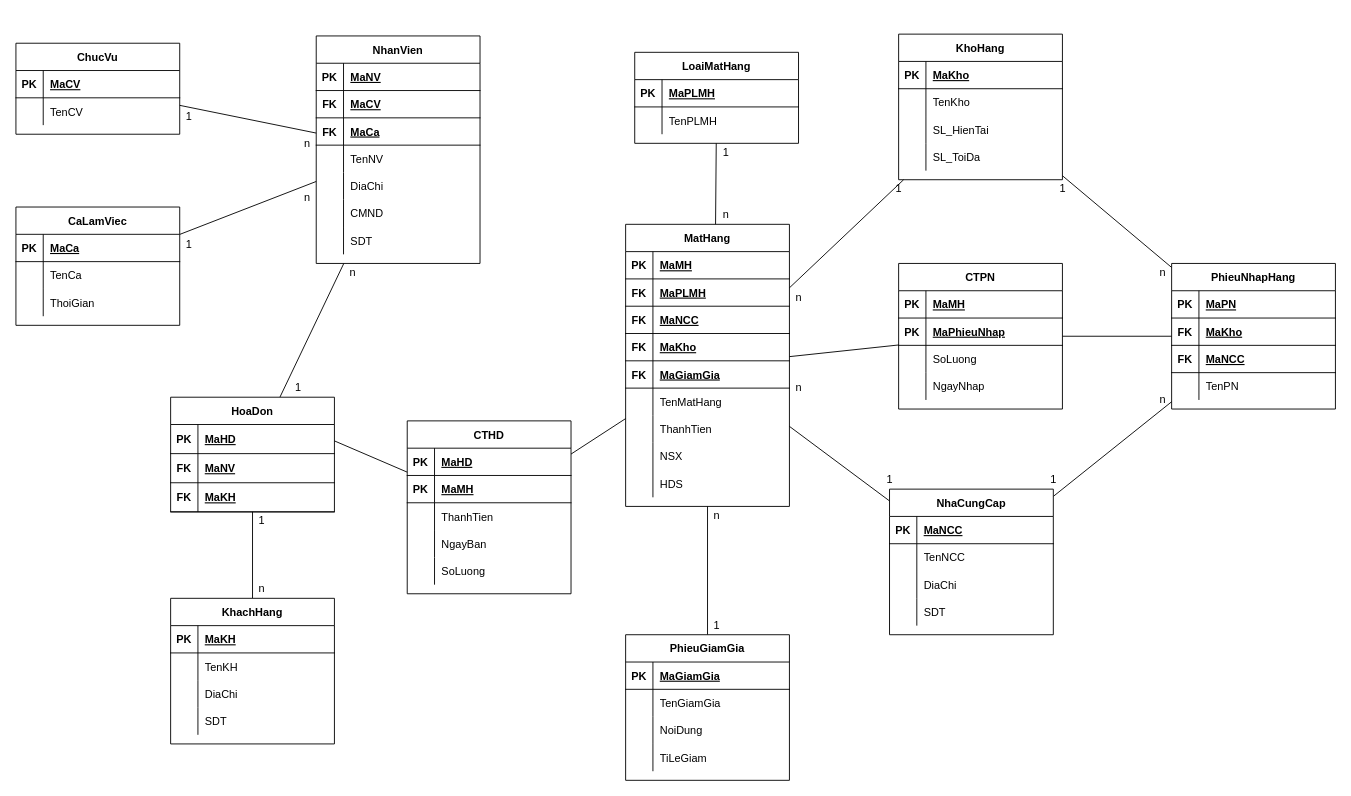
Earlier version of the draw.io diagram docs/ERD_Table.drawio (EdgarIgnite16/Mini-Store-Manager). Source tidied: cells renumbered, new cells numbered last; positions are measured from the earlier drawing's top-left corner, leaving out a move shared by most shapes. Both pictures are drawn from the tidied source at 91%, with x=0, y=0 at pixel (15, 15).
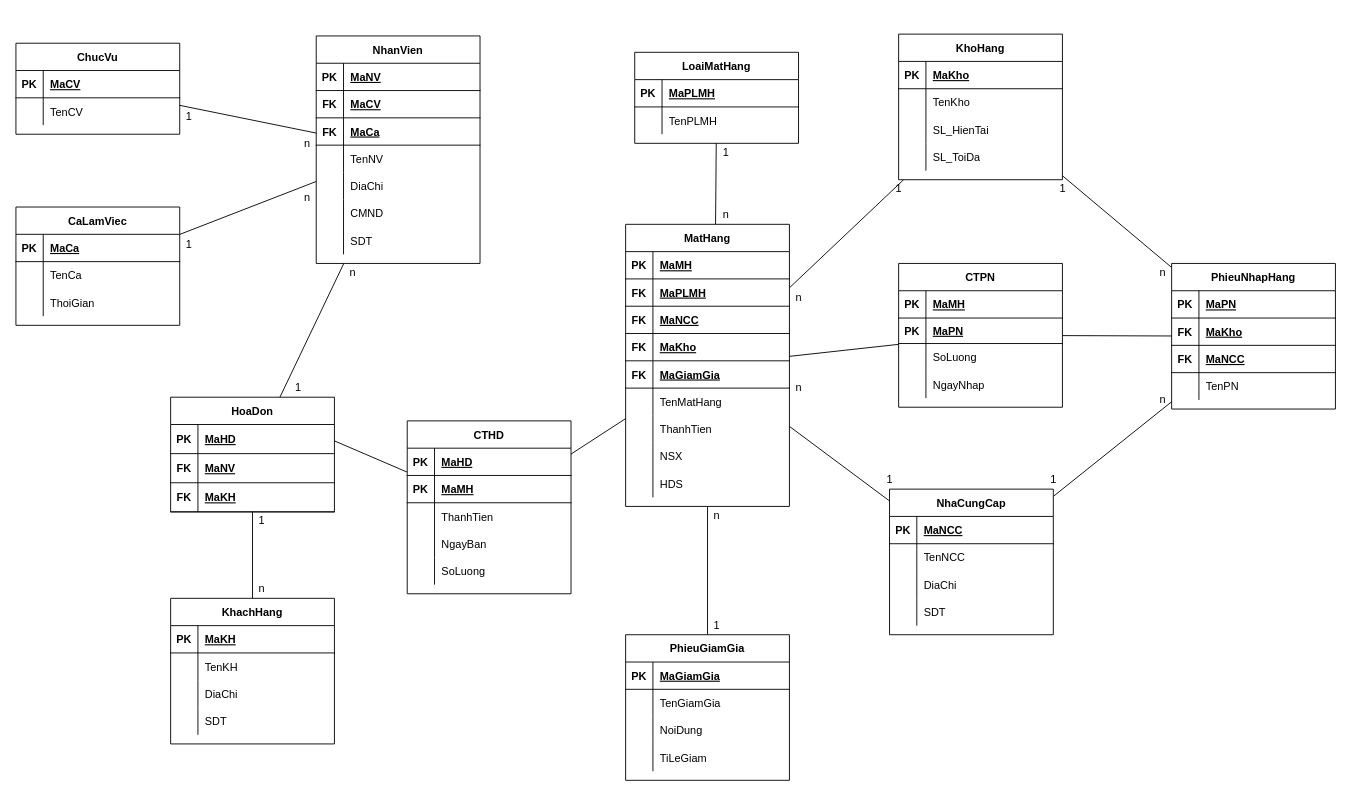
The same page after the edit.

Commit message (it also covers changes not shown here):
update erd and dto

What changed in the source:
```diff
@@
     <mxCell id="189" value="CTPN" style="shape=table;startSize=30;childLayout=tableLayout;rowLines=0;fontStyle=1;align=center;" parent="1" vertex="1">
-      <mxGeometry x="970" y="272" width="180" height="160" as="geometry" />
+      <mxGeometry x="970" y="272" width="180" height="158" as="geometry" />
     </mxCell>
@@
     <mxCell id="193" style="shape=tableRow;horizontal=0;startSize=0;swimlaneHead=0;swimlaneBody=0;fillColor=none;top=0;left=0;right=0;bottom=1;" parent="189" vertex="1">
-      <mxGeometry y="60" width="180" height="30" as="geometry" />
+      <mxGeometry y="60" width="180" height="28" as="geometry" />
     </mxCell>
     <mxCell id="194" value="PK" style="shape=partialRectangle;fillColor=none;top=0;left=0;bottom=0;right=0;fontStyle=1;overflow=hidden;" parent="193" vertex="1">
-      <mxGeometry width="30" height="30" as="geometry" />
+      <mxGeometry width="30" height="28" as="geometry" />
     </mxCell>
-    <mxCell id="195" value="MaPhieuNhap" style="shape=partialRectangle;fillColor=none;top=0;left=0;bottom=0;right=0;align=left;spacingLeft=6;fontStyle=5;overflow=hidden;" parent="193" vertex="1">
-      <mxGeometry x="30" width="150" height="30" as="geometry" />
+    <mxCell id="195" value="MaPN" style="shape=partialRectangle;fillColor=none;top=0;left=0;bottom=0;right=0;align=left;spacingLeft=6;fontStyle=5;overflow=hidden;" parent="193" vertex="1">
+      <mxGeometry x="30" width="150" height="28" as="geometry" />
     </mxCell>
     <mxCell id="196" style="shape=tableRow;horizontal=0;startSize=0;swimlaneHead=0;swimlaneBody=0;fillColor=none;top=0;left=0;right=0;bottom=0;" parent="189" vertex="1">
-      <mxGeometry y="90" width="180" height="30" as="geometry" />
+      <mxGeometry y="88" width="180" height="30" as="geometry" />
     </mxCell>
@@
     <mxCell id="199" style="shape=tableRow;horizontal=0;startSize=0;swimlaneHead=0;swimlaneBody=0;fillColor=none;top=0;left=0;right=0;bottom=0;" parent="189" vertex="1">
-      <mxGeometry y="120" width="180" height="30" as="geometry" />
+      <mxGeometry y="118" width="180" height="30" as="geometry" />
     </mxCell>
```
